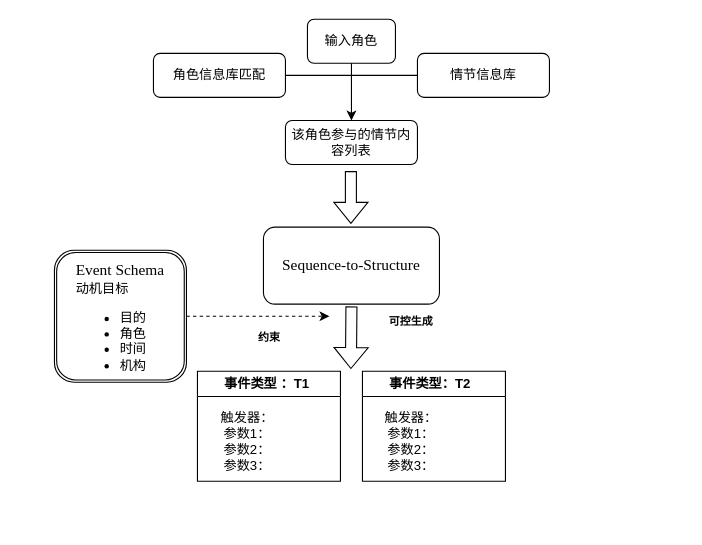
This is 动机目标维度.drawio from Luoxun1989/work-graph, a draw.io file, before an edit. Source tidied: cells renumbered, new cells numbered last; positions are measured from the earlier drawing's top-left corner, leaving out a move shared by most shapes. Both pictures are drawn from the tidied source at 110%, with x=0, y=0 at pixel (54, 19).
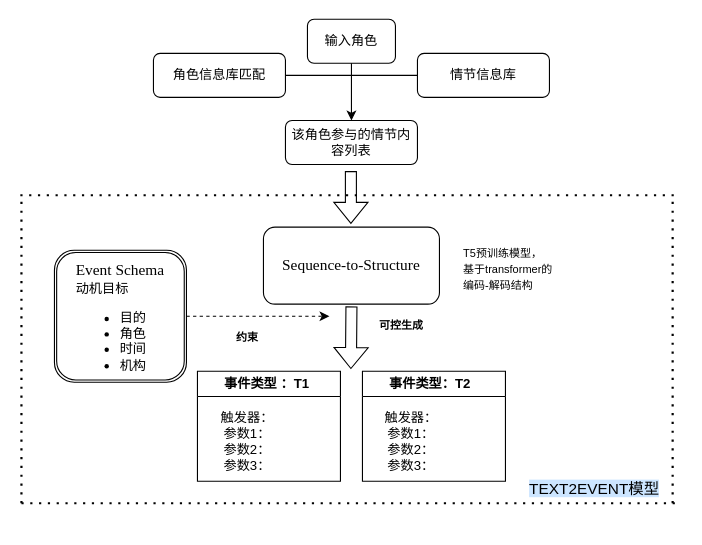
After the change.

Commit message (it also covers changes not shown here):
更新动机目标维度.drawio

The edit, as a diff of the source:
```diff
@@
     <mxCell id="12" value="&lt;font face=&quot;Helvetica&quot; style=&quot;font-size: 10px;&quot;&gt;约束&lt;/font&gt;" style="text;strokeColor=none;fillColor=none;html=1;fontSize=24;fontStyle=1;verticalAlign=middle;align=center;" parent="1" vertex="1">
-      <mxGeometry x="160" y="270" width="70" height="30" as="geometry" />
+      <mxGeometry x="140" y="270" width="70" height="30" as="geometry" />
     </mxCell>
     <mxCell id="13" value="&lt;span style=&quot;font-size: 10px;&quot;&gt;可控生成&lt;/span&gt;" style="text;strokeColor=none;fillColor=none;html=1;fontSize=24;fontStyle=1;verticalAlign=middle;align=center;" parent="1" vertex="1">
-      <mxGeometry x="289" y="255" width="70" height="30" as="geometry" />
+      <mxGeometry x="280" y="259" width="70" height="30" as="geometry" />
     </mxCell>
@@
+    <mxCell id="19" value="&lt;span style=&quot;font-style: normal; font-variant-ligatures: no-common-ligatures; font-variant-caps: normal; font-weight: 400; letter-spacing: normal; orphans: 2; text-align: start; text-indent: 0px; text-transform: none; white-space: normal; widows: 2; word-spacing: 0px; -webkit-text-stroke-width: 0px; background-color: rgb(255, 255, 255); text-decoration-thickness: initial; text-decoration-style: initial; text-decoration-color: initial; float: none; display: inline !important;&quot;&gt;&lt;font face=&quot;Helvetica&quot; style=&quot;font-size: 10px;&quot;&gt;T5预训练模型，&lt;/font&gt;&lt;/span&gt;&lt;div&gt;&lt;span style=&quot;font-style: normal; font-variant-ligatures: no-common-ligatures; font-variant-caps: normal; font-weight: 400; letter-spacing: normal; orphans: 2; text-align: start; text-indent: 0px; text-transform: none; white-space: normal; widows: 2; word-spacing: 0px; -webkit-text-stroke-width: 0px; background-color: rgb(255, 255, 255); text-decoration-thickness: initial; text-decoration-style: initial; text-decoration-color: initial; float: none; display: inline !important;&quot;&gt;&lt;font face=&quot;Helvetica&quot; style=&quot;font-size: 10px;&quot;&gt;基于transformer的&lt;/font&gt;&lt;/span&gt;&lt;/div&gt;&lt;div&gt;&lt;span style=&quot;font-style: normal; font-variant-ligatures: no-common-ligatures; font-variant-caps: normal; font-weight: 400; letter-spacing: normal; orphans: 2; text-align: start; text-indent: 0px; text-transform: none; white-space: normal; widows: 2; word-spacing: 0px; -webkit-text-stroke-width: 0px; background-color: rgb(255, 255, 255); text-decoration-thickness: initial; text-decoration-style: initial; text-decoration-color: initial; float: none; display: inline !important;&quot;&gt;&lt;font face=&quot;Helvetica&quot; style=&quot;font-size: 10px;&quot;&gt;编码-解码结构&lt;/font&gt;&lt;/span&gt;&lt;/div&gt;" style="text;whiteSpace=wrap;html=1;" parent="1" vertex="1">
+      <mxGeometry x="370" y="199" width="110" height="60" as="geometry" />
+    </mxCell>
+    <mxCell id="20" style="endArrow=none;dashed=1;html=1;dashPattern=1 3;strokeWidth=2;rounded=0;" parent="1" edge="1">
+      <mxGeometry relative="1" as="geometry">
+        <mxPoint x="-31" y="160" as="sourcePoint" />
+        <mxPoint x="569" y="160" as="targetPoint" />
+      </mxGeometry>
+    </mxCell>
+    <mxCell id="21" style="endArrow=none;dashed=1;html=1;dashPattern=1 3;strokeWidth=2;rounded=0;" parent="1" edge="1">
+      <mxGeometry relative="1" as="geometry">
+        <mxPoint x="-30" y="440" as="sourcePoint" />
+        <mxPoint x="570" y="440" as="targetPoint" />
+      </mxGeometry>
+    </mxCell>
+    <mxCell id="22" style="endArrow=none;dashed=1;html=1;dashPattern=1 3;strokeWidth=2;rounded=0;" parent="1" edge="1">
+      <mxGeometry relative="1" as="geometry">
+        <mxPoint x="-30" y="440" as="sourcePoint" />
+        <mxPoint x="-30" y="160" as="targetPoint" />
+      </mxGeometry>
+    </mxCell>
+    <mxCell id="23" style="endArrow=none;dashed=1;html=1;dashPattern=1 3;strokeWidth=2;rounded=0;" parent="1" edge="1">
+      <mxGeometry relative="1" as="geometry">
+        <mxPoint x="562" y="440" as="sourcePoint" />
+        <mxPoint x="562" y="160" as="targetPoint" />
+      </mxGeometry>
+    </mxCell>
+    <mxCell id="24" value="&lt;p class=&quot;MsoNormal&quot;&gt;&lt;span style=&quot;font-size: 10.5pt; background-color: rgb(204, 229, 255);&quot;&gt;&lt;font face=&quot;Helvetica&quot;&gt;TEXT2EVENT模型&lt;/font&gt;&lt;/span&gt;&lt;/p&gt;" style="text;whiteSpace=wrap;html=1;" parent="1" vertex="1">
+      <mxGeometry x="430" y="400" width="130" height="60" as="geometry" />
+    </mxCell>
```
